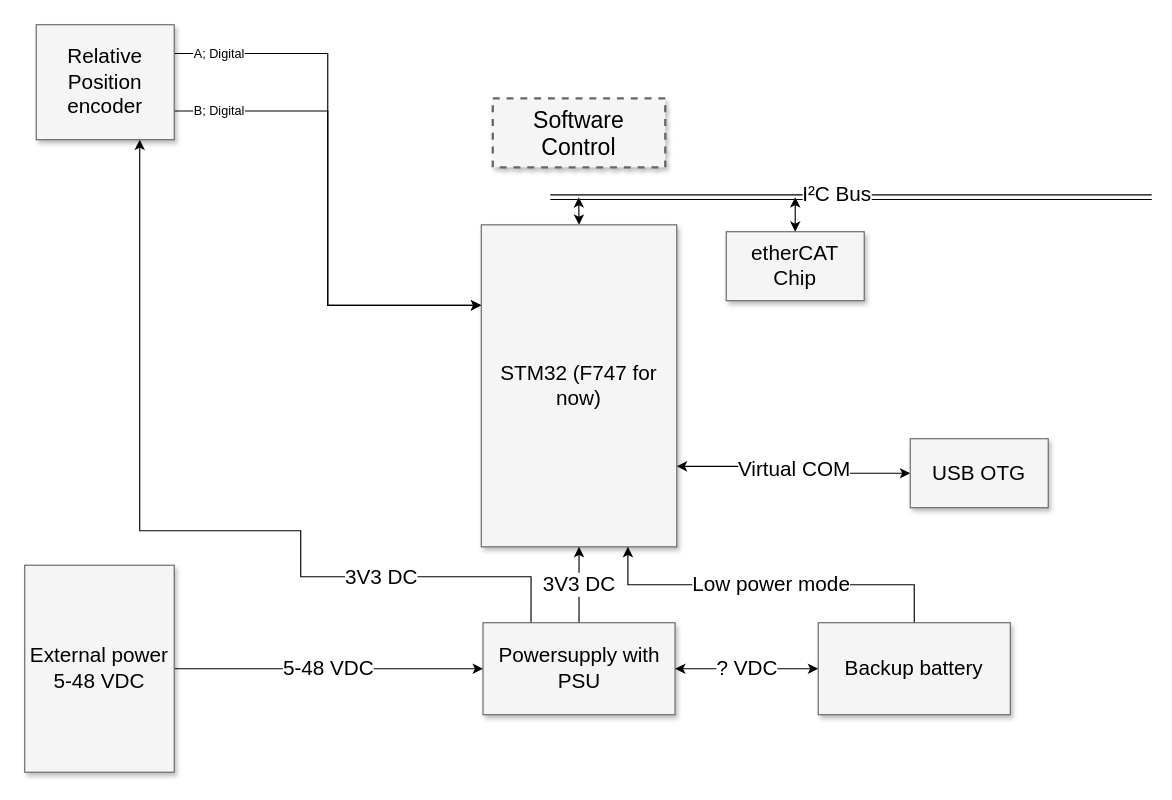
Before: Design overview/Servo_controller_system_diagram.drawio in tretron/Open_servo, a draw.io diagram. Source tidied: cells renumbered, new cells numbered last; positions are measured from the earlier drawing's top-left corner, leaving out a move shared by most shapes. Both pictures are drawn from the tidied source at 115%, with x=0, y=0 at pixel (24, 24).
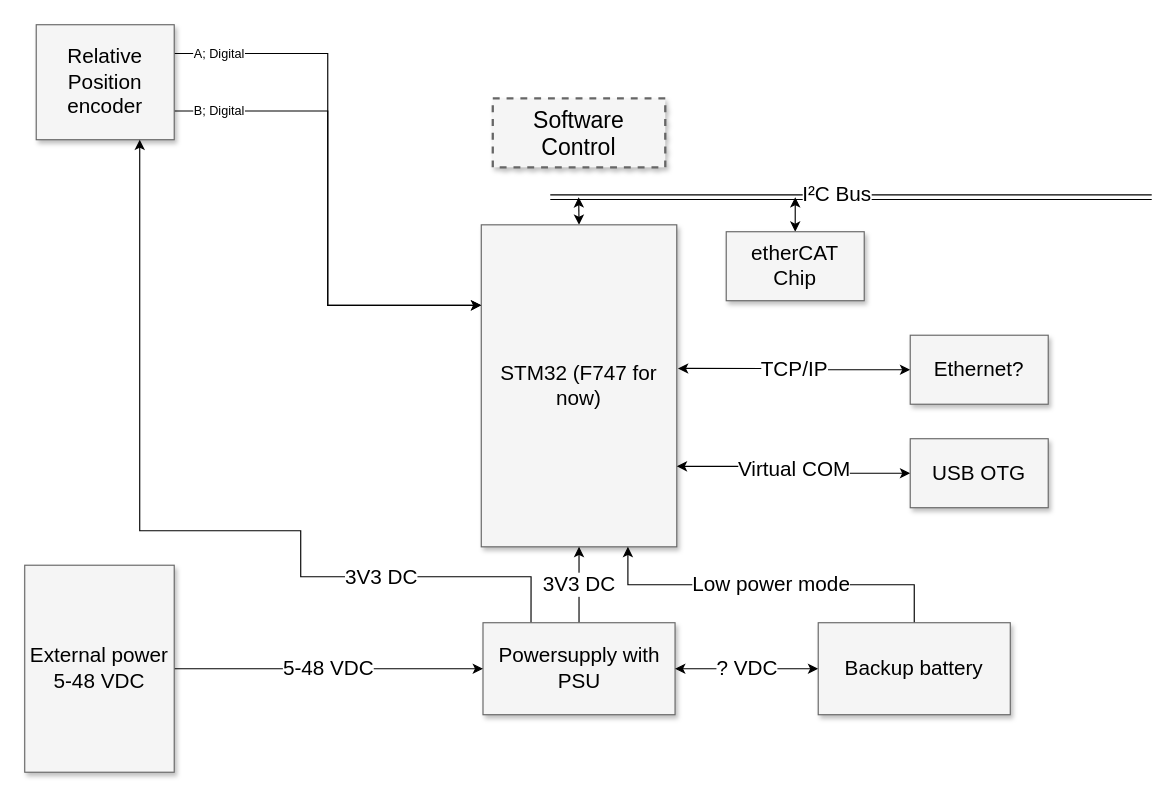
After the change.

Unchanged cells that the change refers to:
```xml
<mxCell id="4" value="STM32 (F747 for now)" style="whiteSpace=wrap;html=1;shadow=1;fontSize=18;fillColor=#f5f5f5;strokeColor=#666666;" parent="1" vertex="1">
  <mxGeometry x="397" y="174" width="170" height="280" as="geometry" />
</mxCell>
```

Change to the diagram source:
```diff
@@
+    <mxCell id="23" value="TCP/IP" style="edgeStyle=orthogonalEdgeStyle;rounded=0;jettySize=auto;html=1;exitX=0;exitY=0.5;exitDx=0;exitDy=0;entryX=1.006;entryY=0.446;entryDx=0;entryDy=0;entryPerimeter=0;fontSize=18;startArrow=classic;startFill=1;" parent="1" edge="1" source="24" target="4">
+      <mxGeometry relative="1" as="geometry" />
+    </mxCell>
+    <mxCell id="24" value="Ethernet?" style="whiteSpace=wrap;html=1;shadow=1;fontSize=18;fillColor=#f5f5f5;strokeColor=#666666;" parent="1" vertex="1">
+      <mxGeometry x="770" y="270" width="120" height="60" as="geometry" />
+    </mxCell>
```
